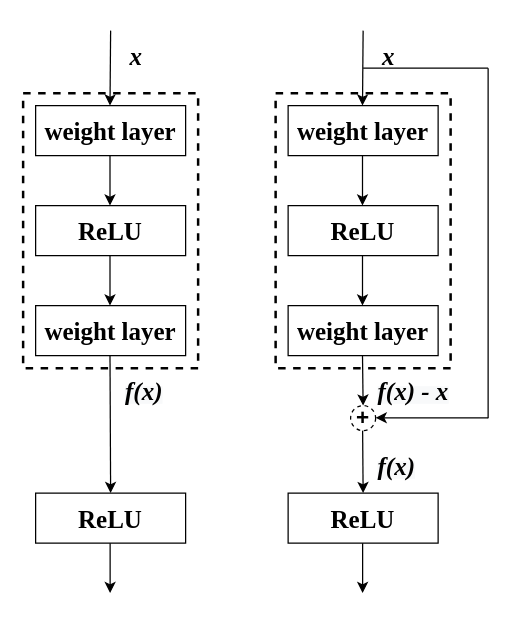
This is plain and resnet.drawio from zjie134/blog_pic, a draw.io file, before an edit. Source tidied: cells renumbered, new cells numbered last; positions are measured from the earlier drawing's top-left corner, leaving out a move shared by most shapes. Both pictures are drawn from the tidied source at 125%, with x=0, y=0 at pixel (22, 30).
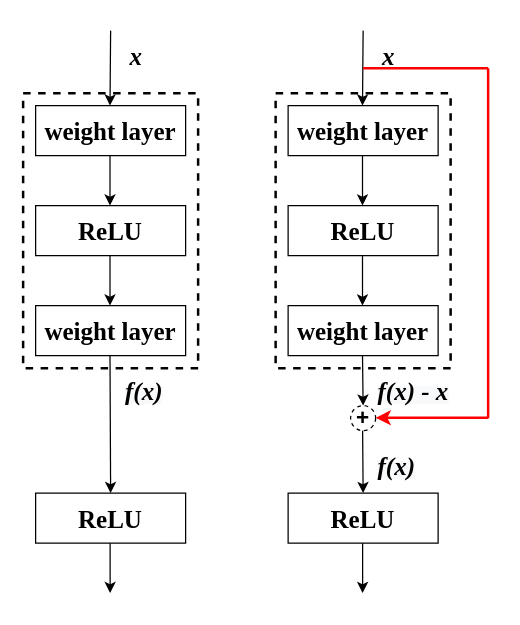
The same diagram, later.

The edit, as a diff of the source:
```diff
@@
-    <mxCell id="28" style="endArrow=none;html=1;" parent="1" edge="1">
+    <mxCell id="28" style="endArrow=none;html=1;strokeWidth=2;strokeColor=#FF0000;" parent="1" edge="1">
       <mxGeometry relative="1" as="geometry">
         <mxPoint x="272" y="30" as="sourcePoint" />
         <mxPoint x="372" y="30" as="targetPoint" />
       </mxGeometry>
     </mxCell>
-    <mxCell id="29" style="endArrow=none;html=1;" parent="1" edge="1">
+    <mxCell id="29" style="endArrow=none;html=1;strokeColor=#FF0000;strokeWidth=2;" parent="1" edge="1">
       <mxGeometry relative="1" as="geometry">
         <mxPoint x="372" y="310" as="sourcePoint" />
         <mxPoint x="372" y="30" as="targetPoint" />
       </mxGeometry>
     </mxCell>
-    <mxCell id="30" style="endArrow=classic;html=1;" parent="1" edge="1">
+    <mxCell id="30" style="endArrow=classic;html=1;strokeColor=#FF0000;strokeWidth=2;" parent="1" edge="1">
       <mxGeometry relative="1" as="geometry">
         <mxPoint x="372" y="309.7" as="sourcePoint" />
         <mxPoint x="282" y="309.7" as="targetPoint" />
       </mxGeometry>
     </mxCell>
```
